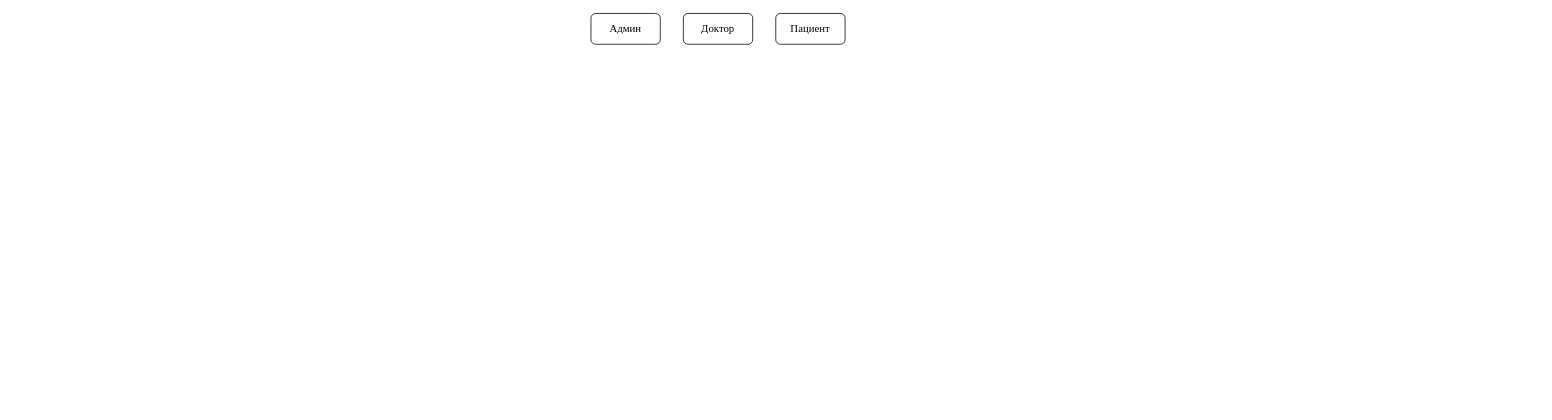
Earlier version of the draw.io diagram work algorithm small.drawio (arturyumaev/Bachelor-Diploma-Docs). Source tidied: cells renumbered, new cells numbered last; positions are measured from the earlier drawing's top-left corner, leaving out a move shared by most shapes. Both pictures are drawn from the tidied source at 77%, with x=0, y=0 at pixel (591, 13).
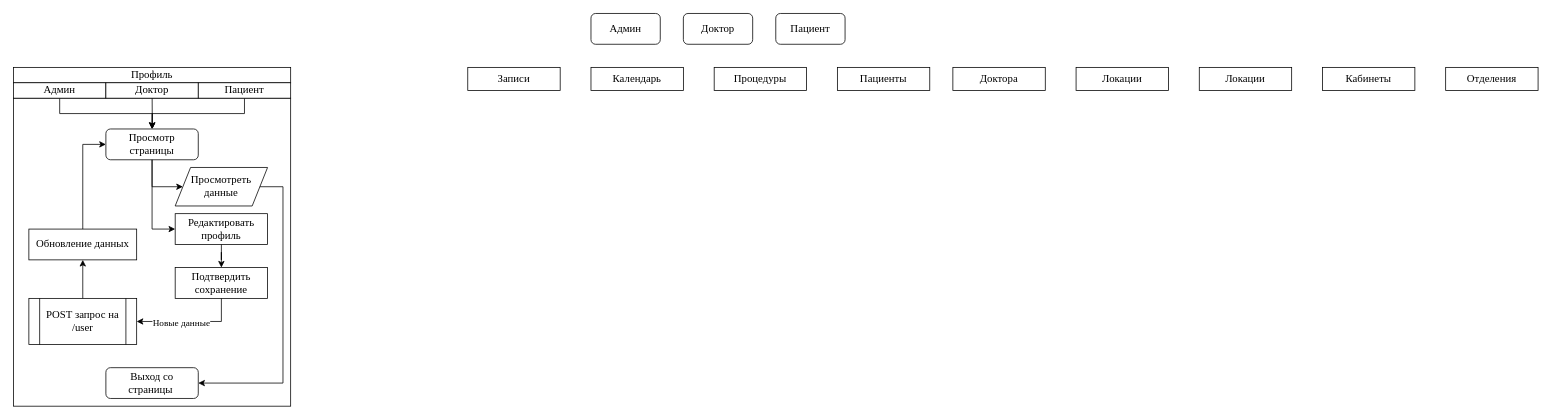
Above is the later version.

The edit, as a diff of the source:
```diff
@@
+    <mxCell id="5" style="edgeStyle=orthogonalEdgeStyle;rounded=0;jettySize=auto;html=1;exitX=0.5;exitY=0;exitDx=0;exitDy=0;endArrow=classic;endFill=1;" parent="1" edge="1" source="6">
+      <mxGeometry relative="1" as="geometry">
+        <mxPoint x="-569.7" y="150" as="targetPoint" />
+      </mxGeometry>
+    </mxCell>
+    <mxCell id="6" style="rounded=0;whiteSpace=wrap;html=1;fillColor=none;" parent="1" vertex="1">
+      <mxGeometry x="-750" y="110" width="360" height="400" as="geometry" />
+    </mxCell>
@@
+    <mxCell id="7" value="&lt;font style=&quot;font-size: 14px&quot; face=&quot;Times New Roman&quot;&gt;Профиль&lt;/font&gt;" style="rounded=0;whiteSpace=wrap;html=1;" parent="1" vertex="1">
+      <mxGeometry x="-750" y="70" width="360" height="20" as="geometry" />
+    </mxCell>
+    <mxCell id="8" value="&lt;font style=&quot;font-size: 14px&quot; face=&quot;Times New Roman&quot;&gt;Записи&lt;/font&gt;" style="rounded=0;whiteSpace=wrap;html=1;" parent="1" vertex="1">
+      <mxGeometry x="-160" y="70" width="120" height="30" as="geometry" />
+    </mxCell>
+    <mxCell id="9" value="&lt;font style=&quot;font-size: 14px&quot; face=&quot;Times New Roman&quot;&gt;Календарь&lt;/font&gt;" style="rounded=0;whiteSpace=wrap;html=1;" parent="1" vertex="1">
+      <mxGeometry y="70" width="120" height="30" as="geometry" />
+    </mxCell>
+    <mxCell id="10" value="&lt;font style=&quot;font-size: 14px&quot; face=&quot;Times New Roman&quot;&gt;Процедуры&lt;/font&gt;" style="rounded=0;whiteSpace=wrap;html=1;" parent="1" vertex="1">
+      <mxGeometry x="160" y="70" width="120" height="30" as="geometry" />
+    </mxCell>
+    <mxCell id="11" value="&lt;font style=&quot;font-size: 14px&quot; face=&quot;Times New Roman&quot;&gt;Пациенты&lt;/font&gt;" style="rounded=0;whiteSpace=wrap;html=1;" parent="1" vertex="1">
+      <mxGeometry x="320" y="70" width="120" height="30" as="geometry" />
+    </mxCell>
+    <mxCell id="12" value="&lt;font style=&quot;font-size: 14px&quot; face=&quot;Times New Roman&quot;&gt;Доктора&lt;/font&gt;" style="rounded=0;whiteSpace=wrap;html=1;" parent="1" vertex="1">
+      <mxGeometry x="470" y="70" width="120" height="30" as="geometry" />
+    </mxCell>
+    <mxCell id="13" value="&lt;font style=&quot;font-size: 14px&quot; face=&quot;Times New Roman&quot;&gt;Локации&lt;/font&gt;" style="rounded=0;whiteSpace=wrap;html=1;" parent="1" vertex="1">
+      <mxGeometry x="630" y="70" width="120" height="30" as="geometry" />
+    </mxCell>
+    <mxCell id="14" value="&lt;font style=&quot;font-size: 14px&quot; face=&quot;Times New Roman&quot;&gt;Локации&lt;/font&gt;" style="rounded=0;whiteSpace=wrap;html=1;" parent="1" vertex="1">
+      <mxGeometry x="790" y="70" width="120" height="30" as="geometry" />
+    </mxCell>
+    <mxCell id="15" value="&lt;font style=&quot;font-size: 14px&quot; face=&quot;Times New Roman&quot;&gt;Кабинеты&lt;/font&gt;" style="rounded=0;whiteSpace=wrap;html=1;" parent="1" vertex="1">
+      <mxGeometry x="950" y="70" width="120" height="30" as="geometry" />
+    </mxCell>
+    <mxCell id="16" value="&lt;font style=&quot;font-size: 14px&quot; face=&quot;Times New Roman&quot;&gt;Отделения&lt;/font&gt;" style="rounded=0;whiteSpace=wrap;html=1;" parent="1" vertex="1">
+      <mxGeometry x="1110" y="70" width="120" height="30" as="geometry" />
+    </mxCell>
+    <mxCell id="17" style="edgeStyle=orthogonalEdgeStyle;rounded=0;jettySize=auto;html=1;exitX=0.5;exitY=1;exitDx=0;exitDy=0;entryX=0.5;entryY=0;entryDx=0;entryDy=0;endArrow=classic;endFill=1;" parent="1" edge="1" source="18">
+      <mxGeometry relative="1" as="geometry">
+        <mxPoint x="-570" y="150" as="targetPoint" />
+      </mxGeometry>
+    </mxCell>
+    <mxCell id="18" value="&lt;font style=&quot;font-size: 14px&quot; face=&quot;Times New Roman&quot;&gt;Админ&lt;/font&gt;" style="rounded=0;whiteSpace=wrap;html=1;" parent="1" vertex="1">
+      <mxGeometry x="-750" y="90" width="120" height="20" as="geometry" />
+    </mxCell>
+    <mxCell id="19" value="&lt;font style=&quot;font-size: 14px&quot; face=&quot;Times New Roman&quot;&gt;Доктор&lt;/font&gt;" style="rounded=0;whiteSpace=wrap;html=1;" parent="1" vertex="1">
+      <mxGeometry x="-630" y="90" width="120" height="20" as="geometry" />
+    </mxCell>
+    <mxCell id="20" style="edgeStyle=orthogonalEdgeStyle;rounded=0;jettySize=auto;html=1;exitX=0.5;exitY=1;exitDx=0;exitDy=0;entryX=0.5;entryY=0;entryDx=0;entryDy=0;endArrow=classic;endFill=1;" parent="1" edge="1" source="21" target="27">
+      <mxGeometry relative="1" as="geometry" />
+    </mxCell>
+    <mxCell id="21" value="&lt;font style=&quot;font-size: 14px&quot; face=&quot;Times New Roman&quot;&gt;Пациент&lt;/font&gt;" style="rounded=0;whiteSpace=wrap;html=1;" parent="1" vertex="1">
+      <mxGeometry x="-510" y="90" width="120" height="20" as="geometry" />
+    </mxCell>
+    <mxCell id="22" style="edgeStyle=orthogonalEdgeStyle;rounded=0;jettySize=auto;html=1;exitX=1;exitY=0.5;exitDx=0;exitDy=0;entryX=1;entryY=0.5;entryDx=0;entryDy=0;endArrow=classic;endFill=1;" parent="1" edge="1" source="29" target="28">
+      <mxGeometry relative="1" as="geometry">
+        <Array as="points">
+          <mxPoint x="-400" y="225" />
+          <mxPoint x="-400" y="480" />
+        </Array>
+      </mxGeometry>
+    </mxCell>
+    <mxCell id="23" style="edgeStyle=orthogonalEdgeStyle;rounded=0;jettySize=auto;html=1;entryX=0.5;entryY=0;entryDx=0;entryDy=0;endArrow=classic;endFill=1;" parent="1" edge="1" source="24" target="32">
+      <mxGeometry relative="1" as="geometry" />
+    </mxCell>
+    <mxCell id="24" value="&lt;font style=&quot;font-size: 14px&quot; face=&quot;Times New Roman&quot;&gt;Редактировать профиль&lt;/font&gt;" style="rounded=0;whiteSpace=wrap;html=1;fillColor=none;" parent="1" vertex="1">
+      <mxGeometry x="-540" y="260" width="120" height="40" as="geometry" />
+    </mxCell>
+    <mxCell id="25" style="edgeStyle=orthogonalEdgeStyle;rounded=0;jettySize=auto;html=1;exitX=0.5;exitY=1;exitDx=0;exitDy=0;entryX=0;entryY=0.5;entryDx=0;entryDy=0;endArrow=classic;endFill=1;" parent="1" edge="1" source="27" target="29">
+      <mxGeometry relative="1" as="geometry">
+        <Array as="points">
+          <mxPoint x="-570" y="225" />
+        </Array>
+      </mxGeometry>
+    </mxCell>
+    <mxCell id="26" style="edgeStyle=orthogonalEdgeStyle;rounded=0;jettySize=auto;html=1;exitX=0.5;exitY=1;exitDx=0;exitDy=0;entryX=0;entryY=0.5;entryDx=0;entryDy=0;endArrow=classic;endFill=1;" parent="1" edge="1" source="27" target="24">
+      <mxGeometry relative="1" as="geometry" />
+    </mxCell>
+    <mxCell id="27" value="&lt;font style=&quot;font-size: 14px&quot; face=&quot;Times New Roman&quot;&gt;Просмотр страницы&lt;/font&gt;" style="rounded=1;whiteSpace=wrap;html=1;fillColor=none;" parent="1" vertex="1">
+      <mxGeometry x="-630" y="150" width="120" height="40" as="geometry" />
+    </mxCell>
+    <mxCell id="28" value="&lt;font style=&quot;font-size: 14px&quot; face=&quot;Times New Roman&quot;&gt;Выход со страницы&amp;nbsp;&lt;/font&gt;" style="rounded=1;whiteSpace=wrap;html=1;fillColor=none;" parent="1" vertex="1">
+      <mxGeometry x="-630" y="460" width="120" height="40" as="geometry" />
+    </mxCell>
+    <mxCell id="29" value="&lt;font style=&quot;font-size: 14px&quot; face=&quot;Times New Roman&quot;&gt;Просмотреть данные&lt;/font&gt;" style="shape=parallelogram;perimeter=parallelogramPerimeter;whiteSpace=wrap;html=1;fixedSize=1;fillColor=none;" parent="1" vertex="1">
+      <mxGeometry x="-540" y="200" width="120" height="50" as="geometry" />
+    </mxCell>
+    <mxCell id="30" style="edgeStyle=orthogonalEdgeStyle;rounded=0;jettySize=auto;html=1;exitX=0.5;exitY=1;exitDx=0;exitDy=0;entryX=1;entryY=0.5;entryDx=0;entryDy=0;endArrow=classic;endFill=1;" parent="1" edge="1" source="32" target="36">
+      <mxGeometry relative="1" as="geometry" />
+    </mxCell>
+    <mxCell id="31" value="&lt;font style=&quot;font-size: 12px&quot; face=&quot;Times New Roman&quot;&gt;Новые данные&lt;/font&gt;" style="edgeLabel;html=1;align=center;verticalAlign=middle;" parent="30" vertex="1">
+      <mxGeometry x="0.18" y="1" relative="1" as="geometry" />
+    </mxCell>
+    <mxCell id="32" value="&lt;font face=&quot;Times New Roman&quot;&gt;&lt;span style=&quot;font-size: 14px&quot;&gt;Подтвердить сохранение&lt;/span&gt;&lt;/font&gt;" style="rounded=0;whiteSpace=wrap;html=1;fillColor=none;" parent="1" vertex="1">
+      <mxGeometry x="-540" y="330" width="120" height="40" as="geometry" />
+    </mxCell>
+    <mxCell id="33" style="edgeStyle=orthogonalEdgeStyle;rounded=0;jettySize=auto;html=1;exitX=0.5;exitY=0;exitDx=0;exitDy=0;entryX=0;entryY=0.5;entryDx=0;entryDy=0;endArrow=classic;endFill=1;" parent="1" edge="1" source="34" target="27">
+      <mxGeometry relative="1" as="geometry" />
+    </mxCell>
+    <mxCell id="34" value="&lt;font face=&quot;Times New Roman&quot;&gt;&lt;span style=&quot;font-size: 14px&quot;&gt;Обновление данных&lt;/span&gt;&lt;/font&gt;" style="rounded=0;whiteSpace=wrap;html=1;fillColor=none;" parent="1" vertex="1">
+      <mxGeometry x="-730" y="280" width="140" height="40" as="geometry" />
+    </mxCell>
+    <mxCell id="35" style="edgeStyle=orthogonalEdgeStyle;rounded=0;jettySize=auto;html=1;exitX=0.5;exitY=0;exitDx=0;exitDy=0;entryX=0.5;entryY=1;entryDx=0;entryDy=0;endArrow=classic;endFill=1;" parent="1" edge="1" source="36" target="34">
+      <mxGeometry relative="1" as="geometry" />
+    </mxCell>
+    <mxCell id="36" value="&lt;font face=&quot;Times New Roman&quot; style=&quot;font-size: 14px&quot;&gt;POST запрос на /user&lt;/font&gt;" style="shape=process;whiteSpace=wrap;html=1;backgroundOutline=1;fillColor=none;" parent="1" vertex="1">
+      <mxGeometry x="-730" y="370" width="140" height="60" as="geometry" />
+    </mxCell>
```
